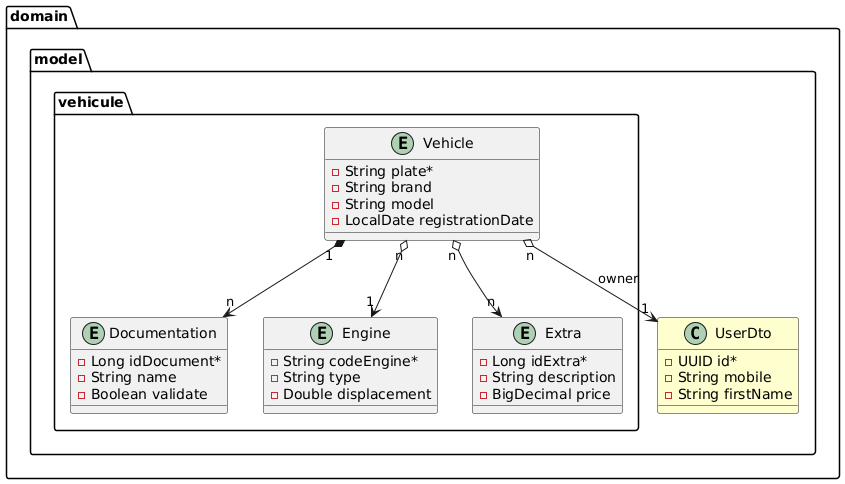
Above: docs/vehicle.png in miw-upm/apaw-practice (PlantUML), before the change.
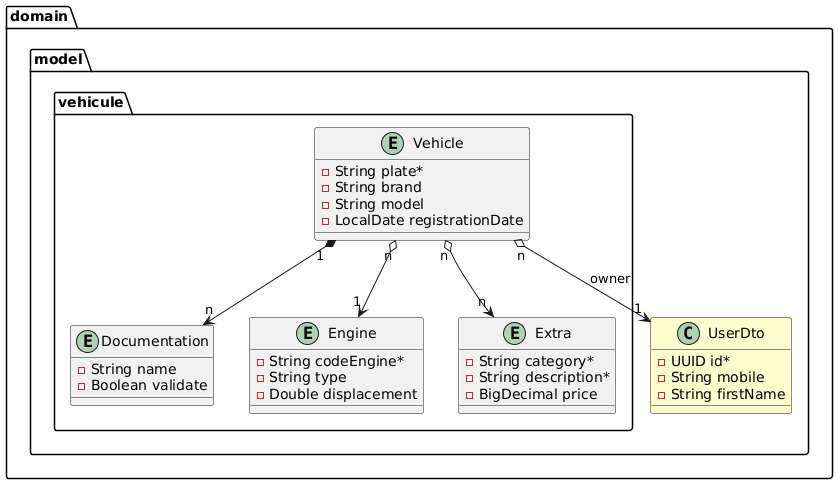
After the change.

Commit message:
Changes on vehicle model #1155

Diff of the diagram source:
```diff
@@ -11,7 +11,6 @@
   }
 
   entity Documentation {
-    - Long idDocument*
     - String name
     - Boolean validate
   }
@@ -23,8 +22,8 @@
   }
 
   entity Extra {
-    - Long idExtra*
-    - String description
+    - String category*
+    - String description*
     - BigDecimal price
   }
 }
```
